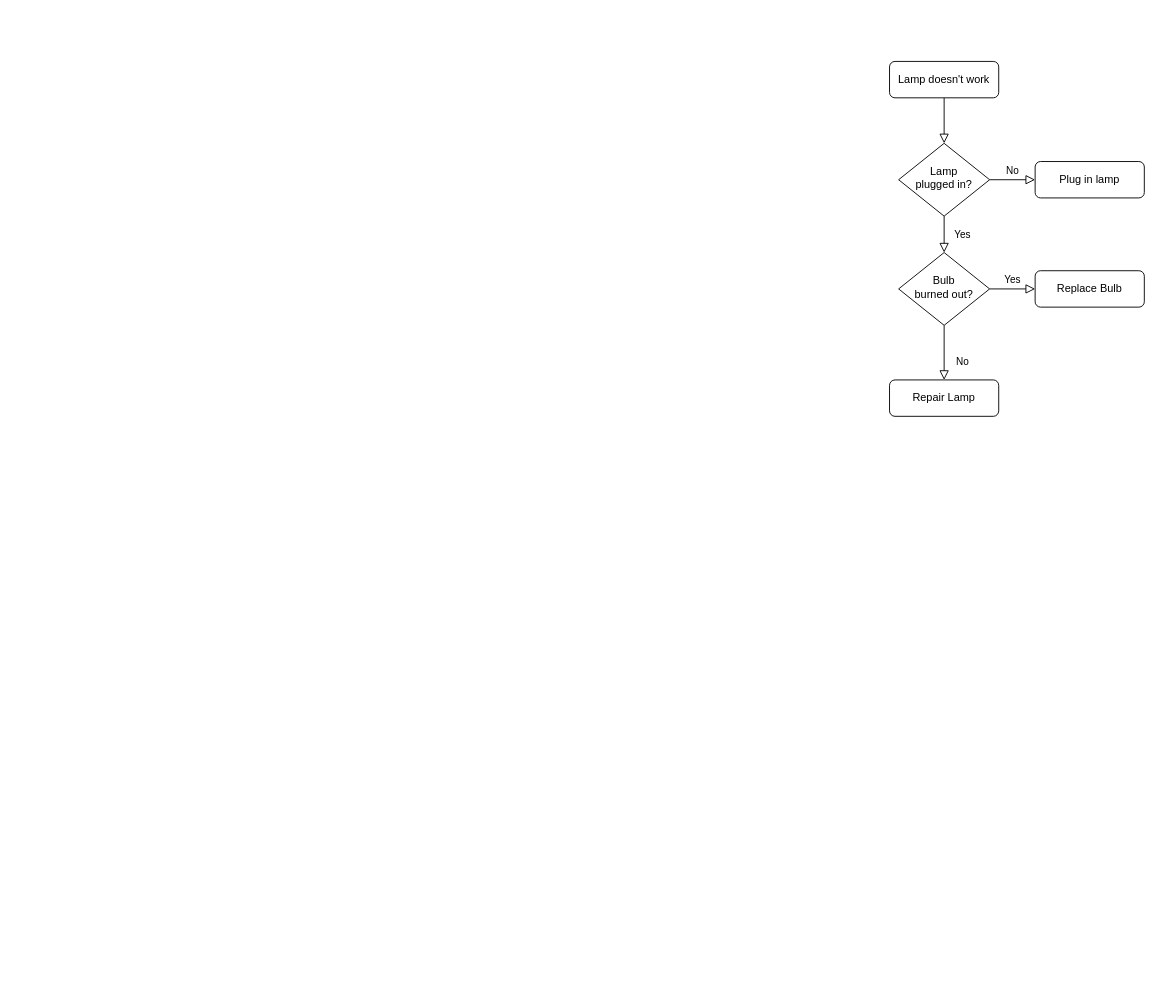
Before: ablaufdiagramm-Hydraulikdatenkollekitv.drawio in simonwb123/BA-ISYBAU, a draw.io diagram. Source tidied: cells renumbered, new cells numbered last; positions are measured from the earlier drawing's top-left corner, leaving out a move shared by most shapes. Both pictures are drawn from the tidied source at 91%, with x=0, y=0 at pixel (889, 61).
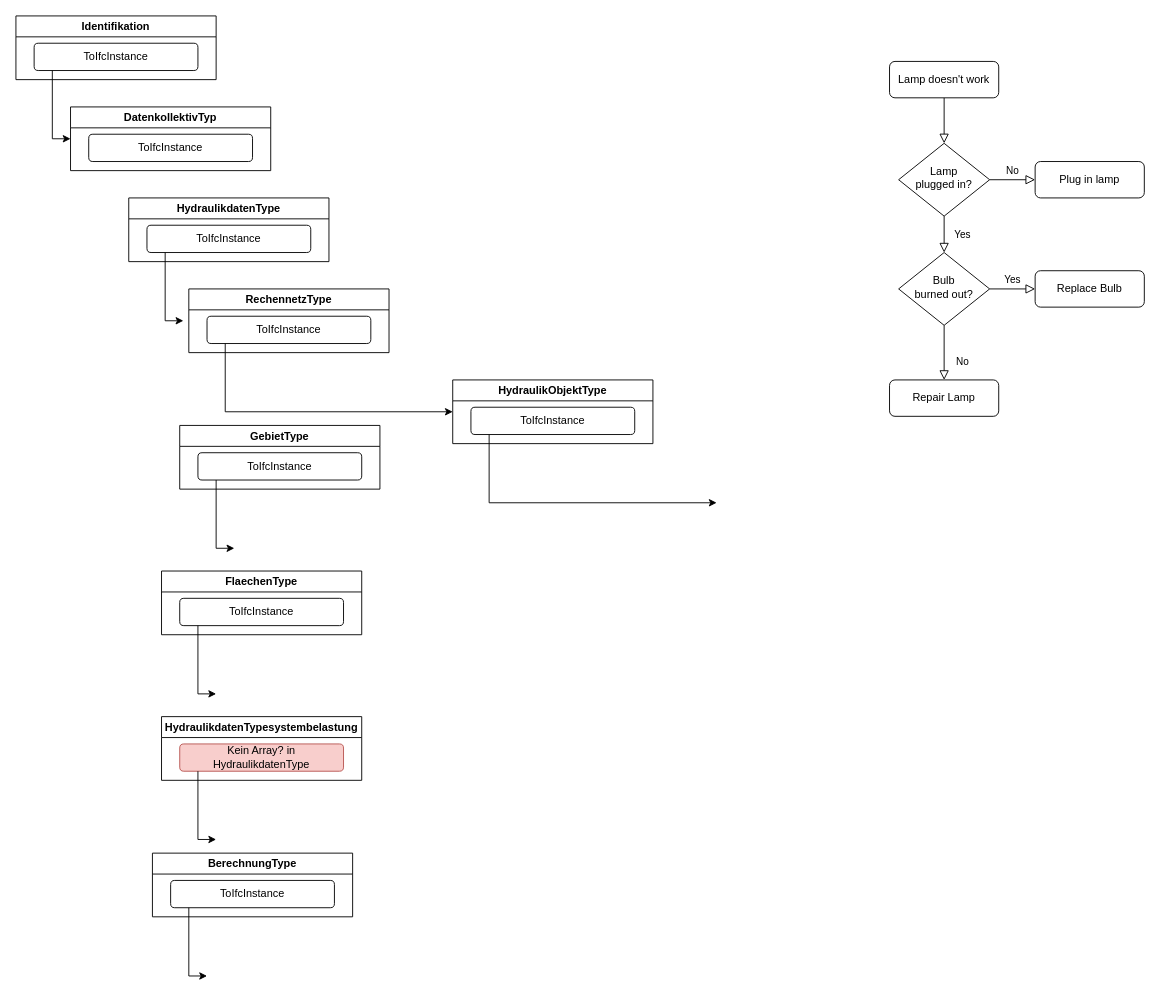
The same diagram, later.

Commit message:
Bis RechenNetzType

Diff of the diagram source:
```diff
@@
+    <mxCell id="13" value="Identifikation" style="swimlane;whiteSpace=wrap;html=1;" parent="1" vertex="1">
+      <mxGeometry x="-960" y="-50" width="220" height="70" as="geometry" />
+    </mxCell>
+    <mxCell id="14" value="ToIfcInstance" style="rounded=1;whiteSpace=wrap;html=1;fontSize=12;glass=0;strokeWidth=1;shadow=0;" parent="13" vertex="1">
+      <mxGeometry x="20" y="30" width="180" height="30" as="geometry" />
+    </mxCell>
+    <mxCell id="15" value="DatenkollektivTyp" style="swimlane;whiteSpace=wrap;html=1;" parent="1" vertex="1">
+      <mxGeometry x="-900" y="50" width="220" height="70" as="geometry" />
+    </mxCell>
+    <mxCell id="16" value="ToIfcInstance" style="rounded=1;whiteSpace=wrap;html=1;fontSize=12;glass=0;strokeWidth=1;shadow=0;" parent="15" vertex="1">
+      <mxGeometry x="20" y="30" width="180" height="30" as="geometry" />
+    </mxCell>
+    <mxCell id="17" style="endArrow=classic;html=1;rounded=0;entryX=0;entryY=0.5;entryDx=0;entryDy=0;edgeStyle=orthogonalEdgeStyle;" parent="1" edge="1" target="15">
+      <mxGeometry relative="1" as="geometry">
+        <mxPoint x="-920" y="10" as="sourcePoint" />
+        <Array as="points">
+          <mxPoint x="-920" y="85" />
+        </Array>
+      </mxGeometry>
+    </mxCell>
+    <mxCell id="18" value="HydraulikdatenType" style="swimlane;whiteSpace=wrap;html=1;" parent="1" vertex="1">
+      <mxGeometry x="-836" y="150" width="220" height="70" as="geometry" />
+    </mxCell>
+    <mxCell id="19" value="ToIfcInstance" style="rounded=1;whiteSpace=wrap;html=1;fontSize=12;glass=0;strokeWidth=1;shadow=0;" parent="18" vertex="1">
+      <mxGeometry x="20" y="30" width="180" height="30" as="geometry" />
+    </mxCell>
+    <mxCell id="20" style="endArrow=classic;html=1;rounded=0;entryX=0;entryY=0.5;entryDx=0;entryDy=0;edgeStyle=orthogonalEdgeStyle;" parent="1" edge="1">
+      <mxGeometry relative="1" as="geometry">
+        <mxPoint x="-796" y="210" as="sourcePoint" />
+        <mxPoint x="-776" y="285" as="targetPoint" />
+        <Array as="points">
+          <mxPoint x="-796" y="285" />
+        </Array>
+      </mxGeometry>
+    </mxCell>
+    <mxCell id="21" value="RechennetzType" style="swimlane;whiteSpace=wrap;html=1;" parent="1" vertex="1">
+      <mxGeometry x="-770" y="250" width="220" height="70" as="geometry" />
+    </mxCell>
+    <mxCell id="22" value="ToIfcInstance" style="rounded=1;whiteSpace=wrap;html=1;fontSize=12;glass=0;strokeWidth=1;shadow=0;" parent="21" vertex="1">
+      <mxGeometry x="20" y="30" width="180" height="30" as="geometry" />
+    </mxCell>
+    <mxCell id="23" style="endArrow=classic;html=1;rounded=0;edgeStyle=orthogonalEdgeStyle;" parent="1" edge="1">
+      <mxGeometry relative="1" as="geometry">
+        <mxPoint x="-730" y="310" as="sourcePoint" />
+        <mxPoint x="-480" y="385" as="targetPoint" />
+        <Array as="points">
+          <mxPoint x="-730" y="385" />
+        </Array>
+      </mxGeometry>
+    </mxCell>
+    <mxCell id="24" value="GebietType" style="swimlane;whiteSpace=wrap;html=1;" parent="1" vertex="1">
+      <mxGeometry x="-780" y="400" width="220" height="70" as="geometry" />
+    </mxCell>
+    <mxCell id="25" value="ToIfcInstance" style="rounded=1;whiteSpace=wrap;html=1;fontSize=12;glass=0;strokeWidth=1;shadow=0;" parent="24" vertex="1">
+      <mxGeometry x="20" y="30" width="180" height="30" as="geometry" />
+    </mxCell>
+    <mxCell id="26" style="endArrow=classic;html=1;rounded=0;entryX=0;entryY=0.5;entryDx=0;entryDy=0;edgeStyle=orthogonalEdgeStyle;" parent="1" edge="1">
+      <mxGeometry relative="1" as="geometry">
+        <mxPoint x="-740" y="460" as="sourcePoint" />
+        <mxPoint x="-720" y="535" as="targetPoint" />
+        <Array as="points">
+          <mxPoint x="-740" y="535" />
+        </Array>
+      </mxGeometry>
+    </mxCell>
+    <mxCell id="27" value="FlaechenType" style="swimlane;whiteSpace=wrap;html=1;" parent="1" vertex="1">
+      <mxGeometry x="-800" y="560" width="220" height="70" as="geometry" />
+    </mxCell>
+    <mxCell id="28" value="ToIfcInstance" style="rounded=1;whiteSpace=wrap;html=1;fontSize=12;glass=0;strokeWidth=1;shadow=0;" parent="27" vertex="1">
+      <mxGeometry x="20" y="30" width="180" height="30" as="geometry" />
+    </mxCell>
+    <mxCell id="29" style="endArrow=classic;html=1;rounded=0;entryX=0;entryY=0.5;entryDx=0;entryDy=0;edgeStyle=orthogonalEdgeStyle;" parent="1" edge="1">
+      <mxGeometry relative="1" as="geometry">
+        <mxPoint x="-760" y="620" as="sourcePoint" />
+        <mxPoint x="-740" y="695" as="targetPoint" />
+        <Array as="points">
+          <mxPoint x="-760" y="695" />
+        </Array>
+      </mxGeometry>
+    </mxCell>
+    <mxCell id="30" value="HydraulikdatenTypesystembelastung" style="swimlane;whiteSpace=wrap;html=1;" parent="1" vertex="1">
+      <mxGeometry x="-800" y="720" width="220" height="70" as="geometry" />
+    </mxCell>
+    <mxCell id="31" value="Kein Array? in HydraulikdatenType" style="rounded=1;whiteSpace=wrap;html=1;fontSize=12;glass=0;strokeWidth=1;shadow=0;fillColor=#f8cecc;strokeColor=#b85450;" parent="30" vertex="1">
+      <mxGeometry x="20" y="30" width="180" height="30" as="geometry" />
+    </mxCell>
+    <mxCell id="32" style="endArrow=classic;html=1;rounded=0;entryX=0;entryY=0.5;entryDx=0;entryDy=0;edgeStyle=orthogonalEdgeStyle;" parent="1" edge="1">
+      <mxGeometry relative="1" as="geometry">
+        <mxPoint x="-760" y="780" as="sourcePoint" />
+        <mxPoint x="-740" y="855" as="targetPoint" />
+        <Array as="points">
+          <mxPoint x="-760" y="855" />
+        </Array>
+      </mxGeometry>
+    </mxCell>
+    <mxCell id="33" value="BerechnungType" style="swimlane;whiteSpace=wrap;html=1;" parent="1" vertex="1">
+      <mxGeometry x="-810" y="870" width="220" height="70" as="geometry" />
+    </mxCell>
+    <mxCell id="34" value="ToIfcInstance" style="rounded=1;whiteSpace=wrap;html=1;fontSize=12;glass=0;strokeWidth=1;shadow=0;" parent="33" vertex="1">
+      <mxGeometry x="20" y="30" width="180" height="30" as="geometry" />
+    </mxCell>
+    <mxCell id="35" style="endArrow=classic;html=1;rounded=0;entryX=0;entryY=0.5;entryDx=0;entryDy=0;edgeStyle=orthogonalEdgeStyle;" parent="1" edge="1">
+      <mxGeometry relative="1" as="geometry">
+        <mxPoint x="-770" y="930" as="sourcePoint" />
+        <mxPoint x="-750" y="1005" as="targetPoint" />
+        <Array as="points">
+          <mxPoint x="-770" y="1005" />
+        </Array>
+      </mxGeometry>
+    </mxCell>
+    <mxCell id="36" value="HydraulikObjektType" style="swimlane;whiteSpace=wrap;html=1;" parent="1" vertex="1">
+      <mxGeometry x="-480" y="350" width="220" height="70" as="geometry" />
+    </mxCell>
+    <mxCell id="37" value="ToIfcInstance" style="rounded=1;whiteSpace=wrap;html=1;fontSize=12;glass=0;strokeWidth=1;shadow=0;" parent="36" vertex="1">
+      <mxGeometry x="20" y="30" width="180" height="30" as="geometry" />
+    </mxCell>
+    <mxCell id="38" style="endArrow=classic;html=1;rounded=0;edgeStyle=orthogonalEdgeStyle;" parent="1" edge="1">
+      <mxGeometry relative="1" as="geometry">
+        <mxPoint x="-440" y="410" as="sourcePoint" />
+        <mxPoint x="-190" y="485" as="targetPoint" />
+        <Array as="points">
+          <mxPoint x="-440" y="485" />
+        </Array>
+      </mxGeometry>
+    </mxCell>
```
